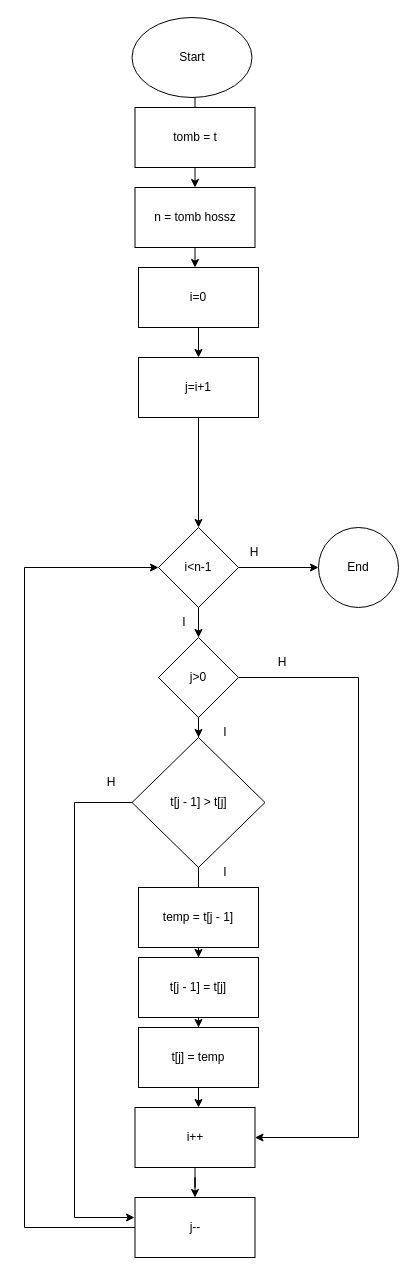
Dani-frog/ada keeps this draw.io diagram as beszúrás, beillesztés.drawio. Above is the earlier version. Source tidied: cells renumbered, new cells numbered last; positions are measured from the earlier drawing's top-left corner, leaving out a move shared by most shapes. Both pictures are drawn from the tidied source at 100%, with x=0, y=0 at pixel (24, 17).
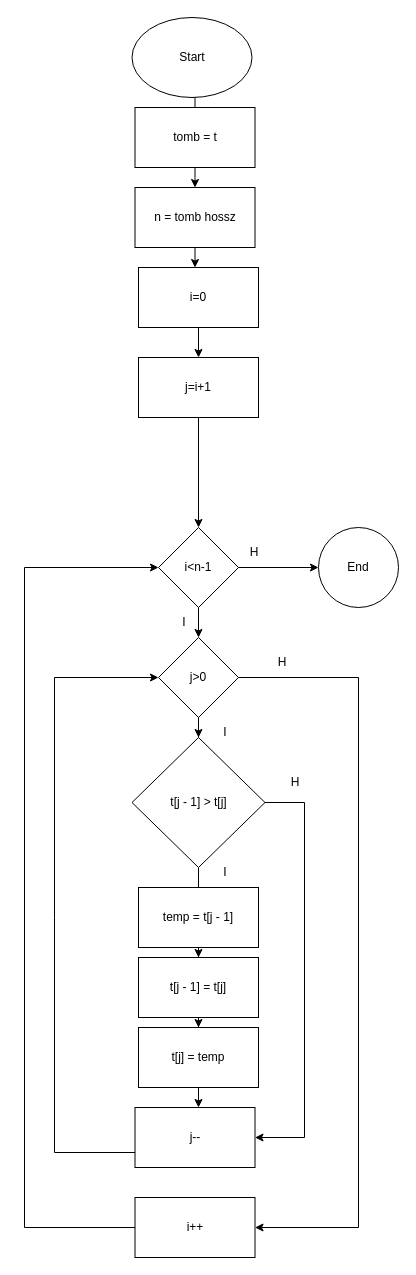
The same page after the edit.

Unchanged cells that the change refers to:
```xml
<mxCell id="31" value="j&amp;gt;0" style="rhombus;whiteSpace=wrap;html=1;" parent="1" vertex="1">
  <mxGeometry x="134" y="620" width="80" height="80" as="geometry" />
</mxCell>
<mxCell id="33" value="t[j - 1] &amp;gt; t[j]" style="rhombus;whiteSpace=wrap;html=1;" parent="1" vertex="1">
  <mxGeometry x="107.5" y="720" width="133" height="130" as="geometry" />
</mxCell>
```

Diff of the diagram source:
```diff
@@
-    <mxCell id="13" style="edgeStyle=orthogonalEdgeStyle;rounded=0;jettySize=auto;html=1;entryX=1;entryY=0.5;entryDx=0;entryDy=0;" parent="1" edge="1" source="31" target="15">
+    <mxCell id="13" style="edgeStyle=orthogonalEdgeStyle;rounded=0;jettySize=auto;html=1;entryX=1;entryY=0.5;entryDx=0;entryDy=0;" parent="1" edge="1" source="31" target="18">
       <mxGeometry relative="1" as="geometry">
         <Array as="points">
           <mxPoint x="334" y="660" />
-          <mxPoint x="334" y="1120" />
+          <mxPoint x="334" y="1210" />
         </Array>
       </mxGeometry>
     </mxCell>
-    <mxCell id="14" style="edgeStyle=orthogonalEdgeStyle;rounded=0;jettySize=auto;html=1;" parent="1" edge="1" source="15" target="18">
-      <mxGeometry relative="1" as="geometry" />
-    </mxCell>
-    <mxCell id="15" value="i++&lt;br&gt;" style="whiteSpace=wrap;html=1;" parent="1" vertex="1">
+    <mxCell id="15" value="j--" style="whiteSpace=wrap;html=1;" parent="1" vertex="1">
       <mxGeometry x="110.5" y="1090" width="120" height="60" as="geometry" />
     </mxCell>
@@
-    <mxCell id="18" value="j--" style="whiteSpace=wrap;html=1;" parent="1" vertex="1">
+    <mxCell id="18" value="i++" style="whiteSpace=wrap;html=1;" parent="1" vertex="1">
       <mxGeometry x="110.5" y="1180" width="120" height="60" as="geometry" />
     </mxCell>
-    <mxCell id="19" style="edgeStyle=orthogonalEdgeStyle;rounded=0;jettySize=auto;html=1;" parent="1" edge="1" source="33">
+    <mxCell id="19" style="edgeStyle=orthogonalEdgeStyle;rounded=0;jettySize=auto;html=1;entryX=1;entryY=0.5;entryDx=0;entryDy=0;" parent="1" edge="1" source="33" target="15">
       <mxGeometry relative="1" as="geometry">
-        <mxPoint x="110" y="1200" as="targetPoint" />
         <Array as="points">
-          <mxPoint x="50" y="785" />
-          <mxPoint x="50" y="1200" />
+          <mxPoint x="280" y="785" />
+          <mxPoint x="280" y="1120" />
         </Array>
       </mxGeometry>
     </mxCell>
@@
     <mxCell id="26" value="H&lt;br&gt;" style="text;html=1;strokeColor=none;fillColor=none;align=center;verticalAlign=middle;whiteSpace=wrap;rounded=0;" parent="1" vertex="1">
-      <mxGeometry x="57" y="750" width="60" height="30" as="geometry" />
+      <mxGeometry x="240.5" y="750" width="60" height="30" as="geometry" />
     </mxCell>
@@
+    <mxCell id="36" style="endArrow=classic;html=1;rounded=0;exitX=0;exitY=0.75;exitDx=0;exitDy=0;entryX=0;entryY=0.5;entryDx=0;entryDy=0;" parent="1" edge="1" source="15" target="31">
+      <mxGeometry relative="1" as="geometry">
+        <Array as="points">
+          <mxPoint x="30" y="1135" />
+          <mxPoint x="30" y="900" />
+          <mxPoint x="30" y="660" />
+        </Array>
+      </mxGeometry>
+    </mxCell>
```
